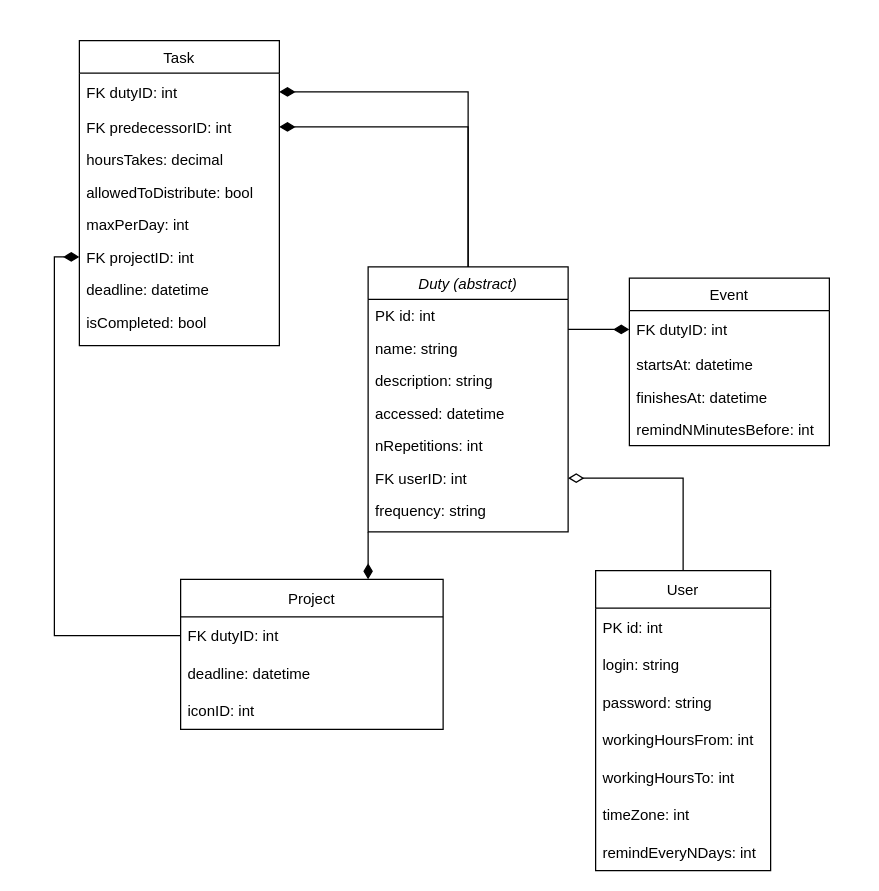
Above: ProjFiles/DBDiagram.drawio in eukuz/ChadWebCalendar (draw.io), before the change. Source tidied: cells renumbered, new cells numbered last; positions are measured from the earlier drawing's top-left corner, leaving out a move shared by most shapes. Both pictures are drawn from the tidied source at 125%, with x=0, y=0 at pixel (79, 40).
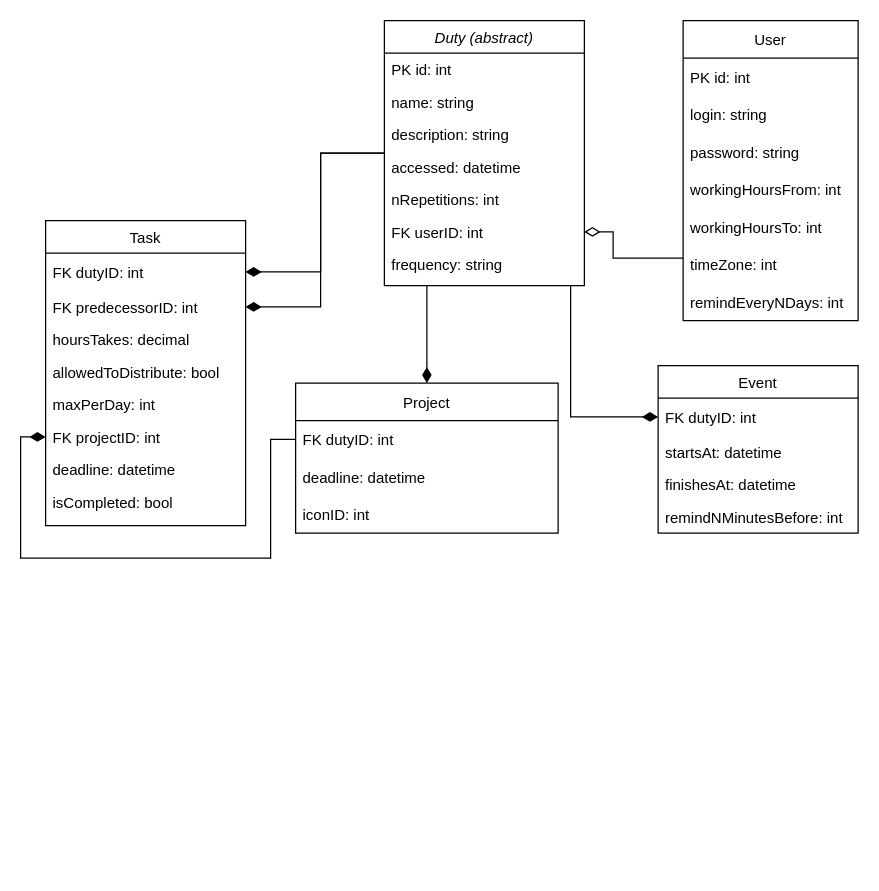
Above is the later version.

The change refers to these unchanged cells:
```xml
<mxCell id="5" value="FK dutyID: int" style="text;strokeColor=none;fillColor=none;align=left;verticalAlign=middle;spacingLeft=4;spacingRight=4;overflow=hidden;points=[[0,0.5],[1,0.5]];portConstraint=eastwest;" parent="4" vertex="1">
  <mxGeometry y="26" width="160" height="30" as="geometry" />
</mxCell>
<mxCell id="6" value="FK predecessorID: int" style="text;align=left;verticalAlign=top;spacingLeft=4;spacingRight=4;overflow=hidden;points=[[0,0.5],[1,0.5]];portConstraint=eastwest;rounded=0;shadow=0;html=0;" parent="4" vertex="1">
  <mxGeometry y="56" width="160" height="26" as="geometry" />
</mxCell>
<mxCell id="10" value="FK projectID: int " style="text;align=left;verticalAlign=top;spacingLeft=4;spacingRight=4;overflow=hidden;points=[[0,0.5],[1,0.5]];portConstraint=eastwest;rounded=0;shadow=0;html=0;" parent="4" vertex="1">
  <mxGeometry y="160" width="160" height="26" as="geometry" />
</mxCell>
<mxCell id="14" value="FK dutyID: int" style="text;strokeColor=none;fillColor=none;align=left;verticalAlign=middle;spacingLeft=4;spacingRight=4;overflow=hidden;points=[[0,0.5],[1,0.5]];portConstraint=eastwest;" parent="13" vertex="1">
  <mxGeometry y="26" width="160" height="30" as="geometry" />
</mxCell>
<mxCell id="25" value="FK userID: int" style="text;align=left;verticalAlign=top;spacingLeft=4;spacingRight=4;overflow=hidden;points=[[0,0.5],[1,0.5]];portConstraint=eastwest;rounded=0;shadow=0;html=0;" parent="19" vertex="1">
  <mxGeometry y="156" width="160" height="26" as="geometry" />
</mxCell>
<mxCell id="29" value="FK dutyID: int" style="text;strokeColor=none;fillColor=none;align=left;verticalAlign=middle;spacingLeft=4;spacingRight=4;overflow=hidden;points=[[0,0.5],[1,0.5]];portConstraint=eastwest;" parent="28" vertex="1">
  <mxGeometry y="30" width="210" height="30" as="geometry" />
</mxCell>
```

Diff of the diagram source:
```diff
@@
-    <mxCell id="2" style="endArrow=none;endSize=10;endFill=0;shadow=0;strokeWidth=1;rounded=0;edgeStyle=orthogonalEdgeStyle;elbow=vertical;startArrow=diamondThin;startFill=1;orthogonal=1;startSize=10;noEdgeStyle=1;" parent="1" edge="1" source="14" target="19">
-      <mxGeometry relative="1" as="geometry" />
+    <mxCell id="2" style="endArrow=none;endSize=10;endFill=0;shadow=0;strokeWidth=1;rounded=0;edgeStyle=orthogonalEdgeStyle;elbow=vertical;startArrow=diamondThin;startFill=1;orthogonal=1;startSize=10;" parent="1" edge="1" source="14" target="19">
+      <mxGeometry relative="1" as="geometry">
+        <Array as="points">
+          <mxPoint x="393" y="301" />
+        </Array>
+      </mxGeometry>
     </mxCell>
     <mxCell id="3" style="endArrow=none;endSize=10;endFill=0;shadow=0;strokeWidth=1;rounded=0;edgeStyle=orthogonalEdgeStyle;elbow=vertical;startArrow=diamondThin;startFill=1;orthogonal=1;startSize=10;exitX=1;exitY=0.5;exitDx=0;exitDy=0;" parent="1" edge="1" source="5" target="19">
-      <mxGeometry relative="1" as="geometry" />
+      <mxGeometry relative="1" as="geometry">
+        <Array as="points">
+          <mxPoint x="193" y="185" />
+          <mxPoint x="193" y="90" />
+        </Array>
+      </mxGeometry>
     </mxCell>
     <mxCell id="4" value="Task" style="swimlane;fontStyle=0;align=center;verticalAlign=top;horizontal=1;startSize=26;rounded=0;shadow=0;strokeWidth=1;" parent="1" vertex="1">
-      <mxGeometry width="160" height="244" as="geometry" />
+      <mxGeometry x="-27" y="144" width="160" height="244" as="geometry" />
     </mxCell>
@@
     <mxCell id="13" value="Event" style="swimlane;fontStyle=0;align=center;verticalAlign=top;horizontal=1;startSize=26;rounded=0;shadow=0;strokeWidth=1;" parent="1" vertex="1">
-      <mxGeometry x="440" y="190" width="160" height="134" as="geometry" />
+      <mxGeometry x="463" y="260" width="160" height="134" as="geometry" />
     </mxCell>
@@
     <mxCell id="18" style="edgeStyle=orthogonalEdgeStyle;rounded=0;jettySize=auto;html=1;startArrow=none;startFill=0;endArrow=diamondThin;endFill=1;orthogonal=1;strokeWidth=1;endSize=10;startSize=10;" parent="1" edge="1" source="19" target="6">
-      <mxGeometry relative="1" as="geometry" />
+      <mxGeometry relative="1" as="geometry">
+        <Array as="points">
+          <mxPoint x="193" y="90" />
+          <mxPoint x="193" y="213" />
+        </Array>
+      </mxGeometry>
     </mxCell>
     <mxCell id="19" value="Duty (abstract)" style="swimlane;fontStyle=2;align=center;verticalAlign=top;horizontal=1;startSize=26;rounded=0;shadow=0;strokeWidth=1;" parent="1" vertex="1">
-      <mxGeometry x="231" y="181" width="160" height="212" as="geometry" />
+      <mxGeometry x="244" y="-16" width="160" height="212" as="geometry" />
     </mxCell>
@@
     <mxCell id="28" value="Project" style="swimlane;fontStyle=0;horizontal=1;startSize=30;" parent="1" vertex="1">
-      <mxGeometry x="81" y="431" width="210" height="120" as="geometry" />
+      <mxGeometry x="173" y="274" width="210" height="120" as="geometry" />
     </mxCell>
@@
     <mxCell id="32" value="User" style="swimlane;fontStyle=0;horizontal=1;startSize=30;" parent="1" vertex="1">
-      <mxGeometry x="413" y="424" width="140" height="240" as="geometry" />
+      <mxGeometry x="483" y="-16" width="140" height="240" as="geometry" />
     </mxCell>
@@
     <mxCell id="40" style="edgeStyle=orthogonalEdgeStyle;rounded=0;jettySize=auto;html=1;startArrow=none;startFill=0;endArrow=diamondThin;endFill=0;endSize=10;strokeWidth=1;orthogonal=1;startSize=10;" parent="1" edge="1" source="32" target="25">
-      <mxGeometry relative="1" as="geometry" />
+      <mxGeometry relative="1" as="geometry">
+        <Array as="points">
+          <mxPoint x="427" y="174" />
+          <mxPoint x="427" y="153" />
+        </Array>
+      </mxGeometry>
     </mxCell>
     <mxCell id="41" style="edgeStyle=orthogonalEdgeStyle;rounded=0;jettySize=auto;html=1;exitX=0;exitY=0.5;exitDx=0;exitDy=0;entryX=0;entryY=0.5;entryDx=0;entryDy=0;startArrow=diamondThin;startFill=1;endArrow=none;endFill=0;startSize=10;endSize=10;strokeWidth=1;" parent="1" edge="1" source="10" target="29">
-      <mxGeometry relative="1" as="geometry" />
+      <mxGeometry relative="1" as="geometry">
+        <Array as="points">
+          <mxPoint x="-47" y="317" />
+          <mxPoint x="-47" y="414" />
+          <mxPoint x="153" y="414" />
+          <mxPoint x="153" y="319" />
+        </Array>
+      </mxGeometry>
     </mxCell>
```
